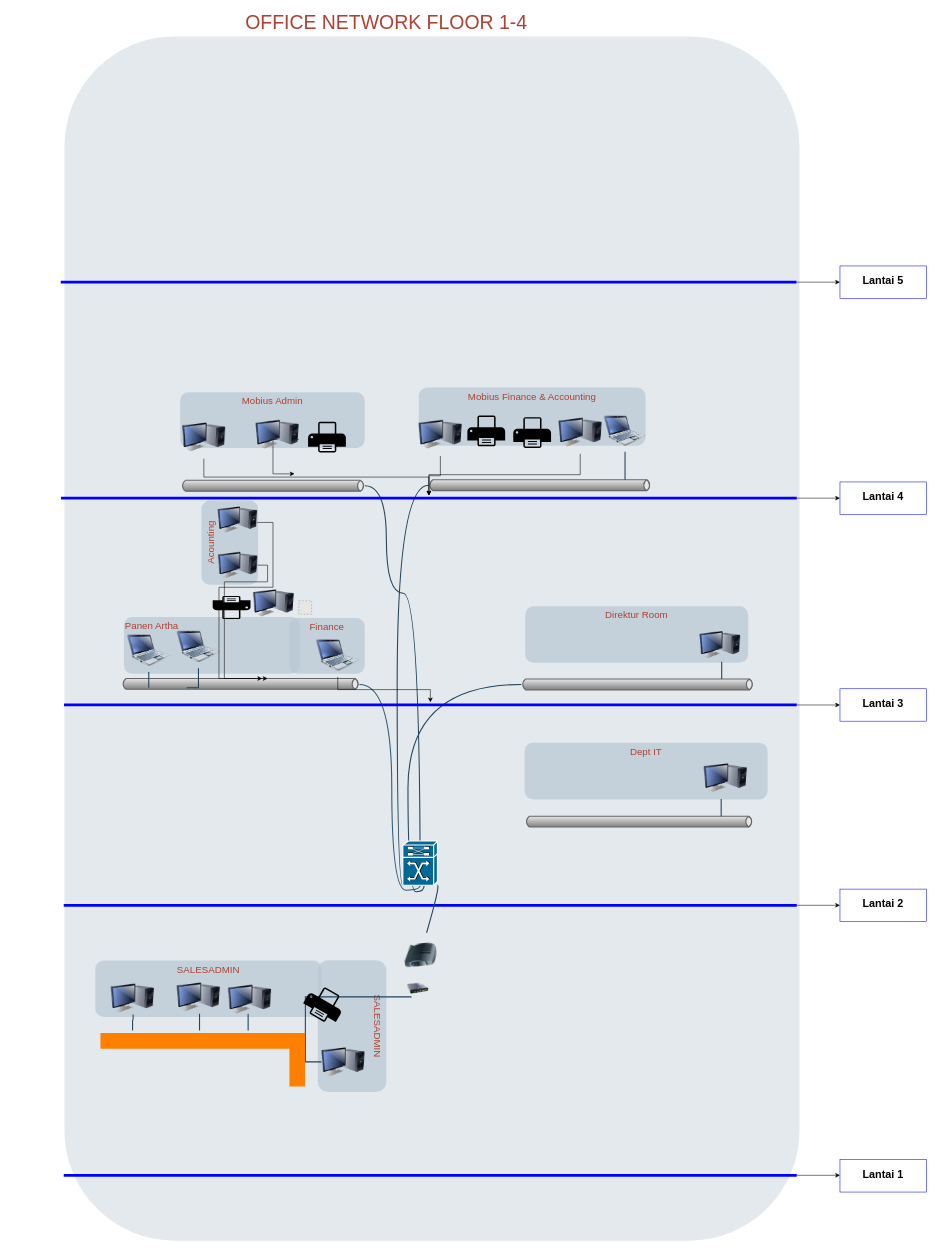
Earlier version of the draw.io diagram Topologi jaringan Office.drawio (dheonz/olampp). Source tidied: cells renumbered, new cells numbered last; positions are measured from the earlier drawing's top-left corner, leaving out a move shared by most shapes. Both pictures are drawn from the tidied source at 54%, with x=0, y=0 at pixel (14, 9). Pictures stored in the file or linked from it are replaced by grey dashed boxes.
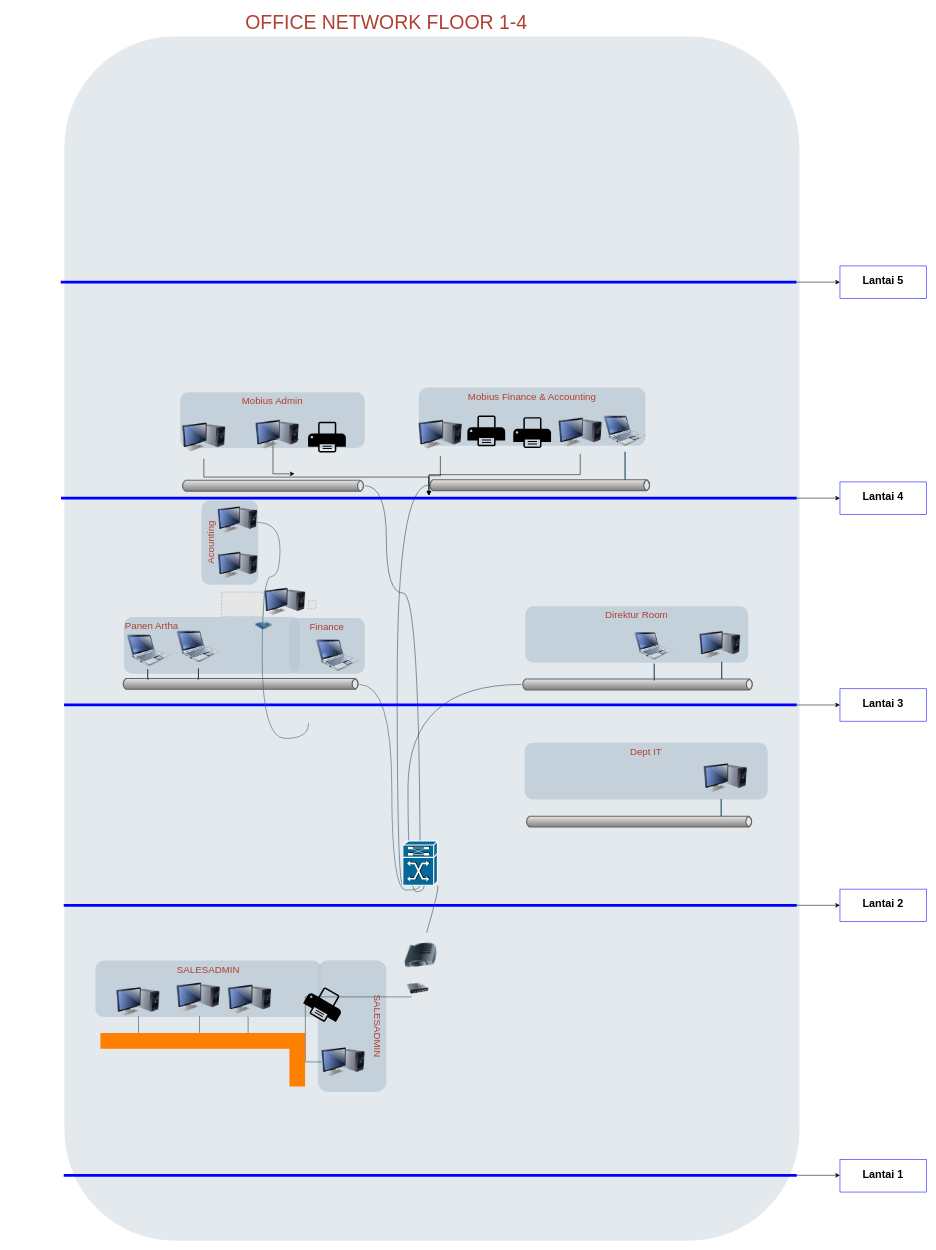
Above is the later version.

The change refers to these unchanged cells:
```xml
<mxCell id="12" style="strokeWidth=2;strokeColor=#666666;dashed=0;align=center;html=1;fontSize=8;shape=mxgraph.eip.messageChannel;shadow=0;fillColor=#FFFFFF;gradientColor=none;fontColor=#F08705;fontStyle=0;" parent="1" vertex="1">
  <mxGeometry x="310" y="872" width="340" height="20" as="geometry" />
</mxCell>
<mxCell id="16" style="image;html=1;image=img/lib/clip_art/computers/Netbook_128x128.png;shadow=0;strokeColor=#000000;fillColor=#FFFFFF;gradientColor=none;fontSize=18;fontColor=#F08705;fontStyle=0;" parent="1" vertex="1">
  <mxGeometry x="210" y="1147" width="80" height="80" as="geometry" />
</mxCell>
<mxCell id="17" style="image;html=1;image=img/lib/clip_art/computers/Netbook_128x128.png;shadow=0;strokeColor=#000000;fillColor=#FFFFFF;gradientColor=none;fontSize=18;fontColor=#F08705;fontStyle=0;" parent="1" vertex="1">
  <mxGeometry x="302" y="1140" width="80" height="80" as="geometry" />
</mxCell>
<mxCell id="18" style="strokeWidth=2;strokeColor=#666666;dashed=0;align=center;html=1;fontSize=8;shape=mxgraph.eip.messageChannel;shadow=0;fillColor=#FFFFFF;gradientColor=none;fontColor=#F08705;fontStyle=0;" parent="1" vertex="1">
  <mxGeometry x="768" y="871" width="412" height="20" as="geometry" />
</mxCell>
<mxCell id="19" style="strokeWidth=2;strokeColor=#666666;dashed=0;align=center;html=1;fontSize=8;shape=mxgraph.eip.messageChannel;shadow=0;fillColor=#FFFFFF;gradientColor=none;fontColor=#F08705;fontStyle=0;" parent="1" vertex="1">
  <mxGeometry x="200" y="1239" width="440" height="20" as="geometry" />
</mxCell>
<mxCell id="20" style="strokeWidth=2;strokeColor=#666666;dashed=0;align=center;html=1;fontSize=8;shape=mxgraph.eip.messageChannel;shadow=0;fillColor=#FFFFFF;gradientColor=none;fontColor=#F08705;fontStyle=0;" parent="1" vertex="1">
  <mxGeometry x="940" y="1240" width="430" height="20" as="geometry" />
</mxCell>
<mxCell id="38" style="image;html=1;image=img/lib/clip_art/computers/Monitor_Tower_128x128.png;shadow=0;strokeColor=#000000;fillColor=#FFFFFF;gradientColor=none;fontSize=18;fontColor=#F08705;fontStyle=0;" parent="1" vertex="1">
  <mxGeometry x="570" y="1909" width="80" height="80" as="geometry" />
</mxCell>
<mxCell id="44" style="image;html=1;image=img/lib/clip_art/networking/Switch_128x128.png;rotation=5;" parent="1" vertex="1">
  <mxGeometry x="728" y="1797.5" width="40" height="32" as="geometry" />
</mxCell>
<mxCell id="45" style="image;html=1;image=img/lib/clip_art/networking/Modem_128x128.png;rotation=85;" parent="1" vertex="1">
  <mxGeometry x="712.5" y="1721" width="80" height="60" as="geometry" />
</mxCell>
<mxCell id="46" style="shape=mxgraph.cisco.routers.atm_tag_switch_router;sketch=0;html=1;dashed=0;fillColor=#036897;strokeColor=#ffffff;strokeWidth=2;verticalLabelPosition=bottom;verticalAlign=top;align=center;outlineConnect=0;" parent="1" vertex="1">
  <mxGeometry x="720.5" y="1540" width="64" height="82" as="geometry" />
</mxCell>
<mxCell id="48" style="line;strokeWidth=5;html=1;strokeColor=#0000FF;" parent="1" vertex="1">
  <mxGeometry x="93" y="1283" width="1357" height="10" as="geometry" />
</mxCell>
<mxCell id="73" style="image;html=1;image=img/lib/clip_art/computers/Monitor_Tower_128x128.png;shadow=0;strokeColor=#000000;fillColor=#FFFFFF;gradientColor=none;fontSize=18;fontColor=#F08705;fontStyle=0;" parent="1" vertex="1">
  <mxGeometry x="378.5" y="998.2" width="73" height="61.8" as="geometry" />
</mxCell>
<mxCell id="75" style="image;html=1;image=img/lib/clip_art/computers/Monitor_Tower_128x128.png;shadow=0;strokeColor=#000000;fillColor=#FFFFFF;gradientColor=none;fontSize=18;fontColor=#F08705;fontStyle=0;" parent="1" vertex="1">
  <mxGeometry x="378" y="910" width="73" height="70" as="geometry" />
</mxCell>
<mxCell id="77" style="image;html=1;image=img/lib/clip_art/computers/Netbook_128x128.png;shadow=0;strokeColor=#000000;fillColor=#FFFFFF;gradientColor=none;fontSize=18;fontColor=#F08705;fontStyle=0;" parent="1" vertex="1">
  <mxGeometry x="560" y="1156" width="80" height="80" as="geometry" />
</mxCell>
```

What changed in the source:
```diff
@@
-    <mxCell id="22" style="edgeStyle=elbowEdgeStyle;strokeWidth=2;rounded=0;endArrow=none;startArrow=none;startSize=10;endSize=10;dashed=0;html=1;strokeColor=#23445D;fontSize=18;fontColor=#F08705;startFill=0;endFill=0;fontStyle=0;" parent="1" edge="1" source="16">
-      <mxGeometry relative="1" as="geometry">
-        <mxPoint x="250.2" y="1256" as="targetPoint" />
-      </mxGeometry>
-    </mxCell>
-    <mxCell id="23" style="edgeStyle=elbowEdgeStyle;strokeWidth=2;rounded=0;endArrow=none;startArrow=none;startSize=10;endSize=10;dashed=0;html=1;strokeColor=#23445D;fontSize=18;fontColor=#F08705;startFill=0;endFill=0;fontStyle=0;" parent="1" edge="1" source="17">
+    <mxCell id="23" style="edgeStyle=elbowEdgeStyle;strokeWidth=2;rounded=0;endArrow=none;startArrow=none;startSize=10;endSize=10;dashed=0;html=1;strokeColor=#23445D;fontSize=18;fontColor=#F08705;startFill=0;endFill=0;fontStyle=0;" parent="1" edge="1">
       <mxGeometry relative="1" as="geometry">
-        <mxPoint x="320.2" y="1256" as="targetPoint" />
+        <mxPoint x="342" y="1220" as="sourcePoint" />
+        <mxPoint x="340" y="1240" as="targetPoint" />
         <Array as="points">
           <mxPoint x="342" y="1230" />
         </Array>
       </mxGeometry>
     </mxCell>
@@
-    <mxCell id="25" style="edgeStyle=orthogonalEdgeStyle;rounded=0;jumpStyle=none;html=1;exitX=0.5;exitY=1;shadow=0;labelBackgroundColor=#ffffff;startArrow=none;startFill=0;endArrow=none;endFill=0;endSize=10;jettySize=auto;strokeColor=#2F5B7C;strokeWidth=2;fillColor=#F08705;fontFamily=Helvetica;fontSize=14;fontColor=#F08705;align=left;curved=1;exitDx=0;exitDy=0;exitPerimeter=0;" parent="1" edge="1" source="46">
+    <mxCell id="25" style="edgeStyle=orthogonalEdgeStyle;rounded=0;jumpStyle=none;html=1;exitX=0.5;exitY=1;shadow=0;labelBackgroundColor=#ffffff;startArrow=none;startFill=0;endArrow=none;endFill=0;endSize=10;jettySize=auto;strokeColor=#2F5B7C;strokeWidth=1;fillColor=#F08705;fontFamily=Helvetica;fontSize=14;fontColor=#F08705;align=left;curved=1;exitDx=0;exitDy=0;exitPerimeter=0;" parent="1" edge="1" source="46">
       <mxGeometry relative="1" as="geometry">
         <mxPoint x="640" y="1250" as="targetPoint" />
         <Array as="points">
           <mxPoint x="752" y="1631" />
           <mxPoint x="700" y="1631" />
           <mxPoint x="700" y="1250" />
         </Array>
       </mxGeometry>
     </mxCell>
-    <mxCell id="26" style="edgeStyle=orthogonalEdgeStyle;rounded=0;html=1;entryX=1;entryY=0.5;startArrow=none;startFill=0;endArrow=none;endFill=0;fontSize=18;fontColor=#F08705;strokeColor=#23445D;strokeWidth=2;curved=1;fontStyle=0;exitX=0.5;exitY=1;exitDx=0;exitDy=0;exitPerimeter=0;" parent="1" edge="1" source="46" target="12">
+    <mxCell id="26" style="edgeStyle=orthogonalEdgeStyle;rounded=0;html=1;entryX=1;entryY=0.5;startArrow=none;startFill=0;endArrow=none;endFill=0;fontSize=18;fontColor=#F08705;strokeColor=#23445D;strokeWidth=1;curved=1;fontStyle=0;exitX=0.5;exitY=1;exitDx=0;exitDy=0;exitPerimeter=0;" parent="1" edge="1" source="46" target="12">
       <mxGeometry relative="1" as="geometry">
         <Array as="points">
           <mxPoint x="752" y="1081" />
           <mxPoint x="690" y="1081" />
           <mxPoint x="690" y="882" />
         </Array>
       </mxGeometry>
     </mxCell>
-    <mxCell id="27" style="edgeStyle=orthogonalEdgeStyle;rounded=0;html=1;entryX=0;entryY=0.5;startArrow=none;startFill=0;endArrow=none;endFill=0;fontSize=18;fontColor=#F08705;strokeColor=#23445D;strokeWidth=2;curved=1;fontStyle=0;" parent="1" edge="1" source="46" target="18">
+    <mxCell id="27" style="edgeStyle=orthogonalEdgeStyle;rounded=0;html=1;entryX=0;entryY=0.5;startArrow=none;startFill=0;endArrow=none;endFill=0;fontSize=18;fontColor=#F08705;strokeColor=#23445D;strokeWidth=1;curved=1;fontStyle=0;" parent="1" edge="1" source="46" target="18">
       <mxGeometry relative="1" as="geometry">
         <Array as="points">
           <mxPoint x="710" y="1622" />
           <mxPoint x="710" y="881" />
         </Array>
       </mxGeometry>
     </mxCell>
-    <mxCell id="28" style="edgeStyle=orthogonalEdgeStyle;rounded=0;html=1;entryX=0;entryY=0.5;startArrow=none;startFill=0;endArrow=none;endFill=0;fontSize=18;fontColor=#F08705;strokeColor=#23445D;strokeWidth=2;curved=1;fontStyle=0;" parent="1" edge="1" source="46" target="20">
+    <mxCell id="28" style="edgeStyle=orthogonalEdgeStyle;rounded=0;html=1;entryX=0;entryY=0.5;startArrow=none;startFill=0;endArrow=none;endFill=0;fontSize=18;fontColor=#F08705;strokeColor=#23445D;strokeWidth=1;curved=1;fontStyle=0;" parent="1" edge="1" source="46" target="20">
       <mxGeometry relative="1" as="geometry">
         <Array as="points">
           <mxPoint x="760" y="1634" />
           <mxPoint x="730" y="1634" />
           <mxPoint x="730" y="1250" />
         </Array>
       </mxGeometry>
     </mxCell>
@@
-    <mxCell id="34" style="edgeStyle=elbowEdgeStyle;strokeWidth=2;rounded=0;endArrow=none;startArrow=none;startSize=10;endSize=10;dashed=0;html=1;strokeColor=#23445D;fontSize=18;fontColor=#F08705;startFill=0;endFill=0;fontStyle=0;" parent="1" edge="1">
+    <mxCell id="34" style="edgeStyle=elbowEdgeStyle;strokeWidth=1;rounded=0;endArrow=none;startArrow=none;startSize=10;endSize=10;dashed=0;html=1;strokeColor=#23445D;fontSize=18;fontColor=#F08705;startFill=0;endFill=0;fontStyle=0;" parent="1" edge="1">
       <mxGeometry relative="1" as="geometry">
-        <mxPoint x="343" y="1861" as="sourcePoint" />
-        <mxPoint x="344" y="1891" as="targetPoint" />
+        <mxPoint x="343" y="1865" as="sourcePoint" />
+        <mxPoint x="344" y="1895" as="targetPoint" />
       </mxGeometry>
     </mxCell>
-    <mxCell id="35" style="edgeStyle=elbowEdgeStyle;strokeWidth=2;rounded=0;endArrow=none;startArrow=none;startSize=10;endSize=10;dashed=0;html=1;strokeColor=#23445D;fontSize=18;fontColor=#F08705;startFill=0;endFill=0;fontStyle=0;" parent="1" edge="1">
+    <mxCell id="35" style="edgeStyle=elbowEdgeStyle;strokeWidth=1;rounded=0;endArrow=none;startArrow=none;startSize=10;endSize=10;dashed=0;html=1;strokeColor=#23445D;fontSize=18;fontColor=#F08705;startFill=0;endFill=0;fontStyle=0;" parent="1" edge="1">
       <mxGeometry relative="1" as="geometry">
-        <mxPoint x="433" y="1861" as="sourcePoint" />
-        <mxPoint x="434" y="1891" as="targetPoint" />
+        <mxPoint x="433" y="1866" as="sourcePoint" />
+        <mxPoint x="434" y="1896" as="targetPoint" />
       </mxGeometry>
     </mxCell>
-    <mxCell id="36" style="edgeStyle=elbowEdgeStyle;strokeWidth=2;rounded=0;endArrow=none;startArrow=none;startSize=10;endSize=10;dashed=0;html=1;strokeColor=#23445D;fontSize=18;fontColor=#F08705;startFill=0;endFill=0;fontStyle=0;" parent="1" edge="1" source="42">
-      <mxGeometry relative="1" as="geometry">
-        <mxPoint x="220" y="1891" as="targetPoint" />
-      </mxGeometry>
-    </mxCell>
@@
-    <mxCell id="41" style="edgeStyle=elbowEdgeStyle;strokeWidth=2;rounded=0;endArrow=none;startArrow=none;startSize=10;endSize=10;dashed=0;html=1;strokeColor=#23445D;fontSize=18;fontColor=#F08705;startFill=0;endFill=0;fontStyle=0;" parent="1" edge="1" target="42">
-      <mxGeometry relative="1" as="geometry">
-        <mxPoint x="221" y="1861" as="sourcePoint" />
-      </mxGeometry>
-    </mxCell>
-    <mxCell id="42" style="image;html=1;image=img/lib/clip_art/computers/Monitor_Tower_128x128.png;shadow=0;strokeColor=#000000;fillColor=#FFFFFF;gradientColor=none;fontSize=18;fontColor=#F08705;fontStyle=0;" parent="1" vertex="1">
-      <mxGeometry x="180" y="1791" width="80" height="80" as="geometry" />
-    </mxCell>
@@
-    <mxCell id="53" style="edgeStyle=orthogonalEdgeStyle;rounded=0;html=1;startArrow=none;startFill=0;endArrow=none;endFill=0;fontSize=18;fontColor=#F08705;strokeColor=#23445D;strokeWidth=2;curved=1;fontStyle=0;" parent="1" edge="1" source="45" target="46">
+    <mxCell id="53" style="edgeStyle=orthogonalEdgeStyle;rounded=0;html=1;startArrow=none;startFill=0;endArrow=none;endFill=0;fontSize=18;fontColor=#F08705;strokeColor=#23445D;strokeWidth=1;curved=1;fontStyle=0;" parent="1" edge="1" source="45" target="46">
       <mxGeometry relative="1" as="geometry">
         <Array as="points">
           <mxPoint x="790" y="1622" />
         </Array>
       </mxGeometry>
     </mxCell>
-    <mxCell id="54" style="edgeStyle=elbowEdgeStyle;strokeWidth=2;rounded=0;endArrow=none;startArrow=none;startSize=10;endSize=10;dashed=0;html=1;strokeColor=#23445D;fontSize=18;fontColor=#F08705;startFill=0;endFill=0;fontStyle=0;exitX=0;exitY=0.5;exitDx=0;exitDy=0;entryX=0.25;entryY=1;entryDx=0;entryDy=0;" parent="1" edge="1" source="38" target="44">
+    <mxCell id="54" style="edgeStyle=elbowEdgeStyle;strokeWidth=1;rounded=0;endArrow=none;startArrow=none;startSize=10;endSize=10;dashed=0;html=1;strokeColor=#23445D;fontSize=18;fontColor=#F08705;startFill=0;endFill=0;fontStyle=0;exitX=0;exitY=0.5;exitDx=0;exitDy=0;entryX=0.25;entryY=1;entryDx=0;entryDy=0;" parent="1" edge="1" source="38" target="44">
       <mxGeometry relative="1" as="geometry">
         <Array as="points">
           <mxPoint x="540" y="1920" />
           <mxPoint x="550" y="1900" />
         </Array>
       </mxGeometry>
     </mxCell>
@@
-    <mxCell id="72" style="edgeStyle=orthogonalEdgeStyle;rounded=0;jettySize=auto;html=1;entryX=0;entryY=0;entryDx=260;entryDy=0;entryPerimeter=0;exitX=1;exitY=0.5;exitDx=0;exitDy=0;" parent="1" edge="1" source="73" target="19">
-      <mxGeometry relative="1" as="geometry">
-        <Array as="points">
-          <mxPoint x="470" y="1029" />
-          <mxPoint x="470" y="1060" />
-          <mxPoint x="390" y="1060" />
-          <mxPoint x="390" y="1239" />
-        </Array>
-      </mxGeometry>
-    </mxCell>
@@
-    <mxCell id="74" style="edgeStyle=orthogonalEdgeStyle;rounded=0;jettySize=auto;html=1;entryX=0;entryY=0;entryDx=270;entryDy=0;entryPerimeter=0;" parent="1" edge="1" source="75" target="19">
-      <mxGeometry relative="1" as="geometry">
-        <Array as="points">
-          <mxPoint x="480" y="950" />
-          <mxPoint x="480" y="1070" />
-          <mxPoint x="380" y="1070" />
-          <mxPoint x="380" y="1239" />
-        </Array>
-      </mxGeometry>
-    </mxCell>
@@
-    <mxCell id="76" style="edgeStyle=orthogonalEdgeStyle;rounded=0;jettySize=auto;html=1;" parent="1" edge="1" source="77" target="48">
-      <mxGeometry relative="1" as="geometry" />
-    </mxCell>
@@
     <mxCell id="78" style="image;html=1;image=img/lib/clip_art/computers/Monitor_Tower_128x128.png;shadow=0;strokeColor=#000000;fillColor=#FFFFFF;gradientColor=none;fontSize=18;fontColor=#F08705;fontStyle=0;" parent="1" vertex="1">
-      <mxGeometry x="443.4" y="1062.8" width="75.6" height="73.2" as="geometry" />
+      <mxGeometry x="464.4" y="1060" width="75.6" height="73.2" as="geometry" />
     </mxCell>
     <mxCell id="79" style="fillColor=#E6E6E6;strokeColor=#999999;dashed=1;verticalLabelPosition=bottom;labelBackgroundColor=default;verticalAlign=top;" parent="1" vertex="1">
-      <mxGeometry x="528" y="1095" width="23.5" height="25" as="geometry" />
+      <mxGeometry x="545.9" y="1095" width="14.1" height="15" as="geometry" />
     </mxCell>
-    <mxCell id="80" style="sketch=0;shadow=0;dashed=0;html=1;strokeColor=none;fillColor=#000000;labelPosition=center;verticalLabelPosition=bottom;verticalAlign=top;align=center;shape=mxgraph.office.devices.printer;strokeWidth=19;rotation=-180;" parent="1" vertex="1">
-      <mxGeometry x="368.4" y="1086" width="70" height="43" as="geometry" />
-    </mxCell>
@@
+    <mxCell id="85" style="image;html=1;image=img/lib/clip_art/computers/Netbook_128x128.png;shadow=0;strokeColor=#000000;fillColor=#FFFFFF;gradientColor=none;fontSize=18;fontColor=#F08705;fontStyle=0;" parent="1" vertex="1">
+      <mxGeometry x="1150" y="1140" width="70" height="77.5" as="geometry" />
+    </mxCell>
+    <mxCell id="86" style="edgeStyle=elbowEdgeStyle;strokeWidth=2;rounded=0;endArrow=none;startArrow=none;startSize=10;endSize=10;dashed=0;html=1;strokeColor=#23445D;fontSize=18;fontColor=#F08705;startFill=0;endFill=0;fontStyle=0;" parent="1" edge="1">
+      <mxGeometry relative="1" as="geometry">
+        <mxPoint x="1186" y="1211" as="sourcePoint" />
+        <mxPoint x="1186.3" y="1242.8" as="targetPoint" />
+      </mxGeometry>
+    </mxCell>
+    <mxCell id="87" style="fillColor=#E6E6E6;strokeColor=#999999;dashed=1;verticalLabelPosition=bottom;labelBackgroundColor=default;verticalAlign=top;" parent="1" vertex="1">
+      <mxGeometry x="384.9" y="1079" width="77.5" height="45" as="geometry" />
+    </mxCell>
+    <mxCell id="88" style="image;html=1;image=img/lib/clip_art/networking/power_distribution_unit_128x128.png;strokeWidth=1;fontSize=20;" parent="1" vertex="1">
+      <mxGeometry x="448" y="1126" width="30" height="30" as="geometry" />
+    </mxCell>
+    <mxCell id="89" style="edgeStyle=orthogonalEdgeStyle;rounded=0;jumpStyle=none;html=1;exitX=0.5;exitY=1;shadow=0;labelBackgroundColor=#ffffff;startArrow=none;startFill=0;endArrow=none;endFill=0;endSize=8;jettySize=auto;strokeColor=#2F5B7C;strokeWidth=1;fillColor=#F08705;fontFamily=Helvetica;fontSize=14;fontColor=#F08705;align=left;curved=1;exitDx=0;exitDy=0;exitPerimeter=0;startSize=5;" parent="1" edge="1" target="75">
+      <mxGeometry relative="1" as="geometry">
+        <mxPoint x="545.9" y="1322" as="sourcePoint" />
+        <Array as="points">
+          <mxPoint x="546" y="1350" />
+          <mxPoint x="460" y="1350" />
+          <mxPoint x="460" y="1050" />
+          <mxPoint x="493" y="1050" />
+          <mxPoint x="493" y="950" />
+        </Array>
+      </mxGeometry>
+    </mxCell>
+    <mxCell id="42" style="image;html=1;image=img/lib/clip_art/computers/Monitor_Tower_128x128.png;shadow=0;strokeColor=#000000;fillColor=#FFFFFF;gradientColor=none;fontSize=18;fontColor=#F08705;fontStyle=0;" parent="1" vertex="1">
+      <mxGeometry x="190" y="1797.5" width="80" height="80" as="geometry" />
+    </mxCell>
+    <mxCell id="90" style="edgeStyle=elbowEdgeStyle;strokeWidth=1;rounded=0;endArrow=none;startArrow=none;startSize=10;endSize=10;dashed=0;html=1;strokeColor=#23445D;fontSize=18;fontColor=#F08705;startFill=0;endFill=0;fontStyle=0;" parent="1" edge="1">
+      <mxGeometry relative="1" as="geometry">
+        <mxPoint x="230" y="1865" as="sourcePoint" />
+        <mxPoint x="231" y="1895" as="targetPoint" />
+      </mxGeometry>
+    </mxCell>
+    <mxCell id="91" style="edgeStyle=elbowEdgeStyle;strokeWidth=2;rounded=0;endArrow=none;startArrow=none;startSize=10;endSize=10;dashed=0;html=1;strokeColor=#23445D;fontSize=18;fontColor=#F08705;startFill=0;endFill=0;fontStyle=0;" parent="1" edge="1">
+      <mxGeometry relative="1" as="geometry">
+        <mxPoint x="248" y="1222" as="sourcePoint" />
+        <mxPoint x="250" y="1240" as="targetPoint" />
+        <Array as="points">
+          <mxPoint x="248" y="1232" />
+        </Array>
+      </mxGeometry>
+    </mxCell>
```
